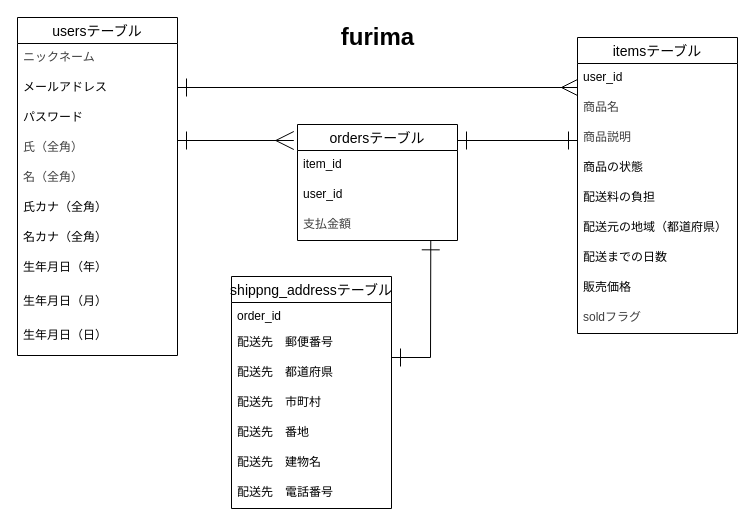
This is furima-41862.drawio from nn88hcs99/furima-41862, a draw.io file, before an edit. Source tidied: cells renumbered, new cells numbered last; positions are measured from the earlier drawing's top-left corner, leaving out a move shared by most shapes. Both pictures are drawn from the tidied source at 100%, with x=0, y=0 at pixel (17, 17).
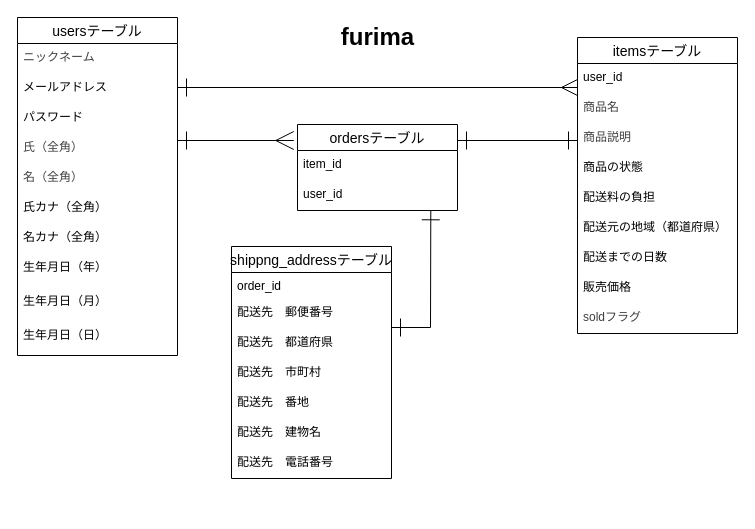
The same page after the edit.

The edit, as a diff of the source:
```diff
@@
     <mxCell id="24" value="ordersテーブル" style="swimlane;fontStyle=0;horizontal=1;startSize=26;align=center;fontSize=14;" parent="1" vertex="1">
-      <mxGeometry x="280" y="107" width="160" height="116" as="geometry" />
+      <mxGeometry x="280" y="107" width="160" height="86" as="geometry" />
     </mxCell>
@@
-    <mxCell id="27" value="&lt;span style=&quot;color: rgb(63, 63, 63); text-align: center;&quot;&gt;支払金額&lt;/span&gt;" style="text;strokeColor=none;fillColor=none;spacingLeft=4;spacingRight=4;overflow=hidden;points=[[0,0.5],[1,0.5]];portConstraint=eastwest;fontSize=12;whiteSpace=wrap;html=1;" parent="24" vertex="1">
-      <mxGeometry y="86" width="160" height="30" as="geometry" />
-    </mxCell>
@@
     <mxCell id="31" value="shippng_addressテーブル" style="swimlane;fontStyle=0;horizontal=1;startSize=26;align=center;fontSize=14;" parent="1" vertex="1">
-      <mxGeometry x="214" y="259" width="160" height="232" as="geometry" />
+      <mxGeometry x="214" y="229" width="160" height="232" as="geometry" />
     </mxCell>
@@
-    <mxCell id="39" style="endArrow=ERone;html=1;rounded=0;strokeColor=default;strokeWidth=1;align=center;verticalAlign=middle;fontFamily=Helvetica;fontSize=11;fontColor=default;labelBackgroundColor=default;edgeStyle=none;jumpSize=12;startSize=16;endSize=16;flowAnimation=0;sourcePerimeterSpacing=4;targetPerimeterSpacing=4;endFill=0;startArrow=ERone;startFill=0;entryX=0.833;entryY=1.011;entryDx=0;entryDy=0;entryPerimeter=0;curved=0;" parent="1" edge="1" target="27">
+    <mxCell id="39" style="endArrow=ERone;html=1;rounded=0;strokeColor=default;strokeWidth=1;align=center;verticalAlign=middle;fontFamily=Helvetica;fontSize=11;fontColor=default;labelBackgroundColor=default;edgeStyle=none;jumpSize=12;startSize=16;endSize=16;flowAnimation=0;sourcePerimeterSpacing=4;targetPerimeterSpacing=4;endFill=0;startArrow=ERone;startFill=0;entryX=0.833;entryY=1.011;entryDx=0;entryDy=0;entryPerimeter=0;curved=0;" parent="1" edge="1">
       <mxGeometry relative="1" as="geometry">
-        <mxPoint x="374" y="340" as="sourcePoint" />
+        <mxPoint x="374" y="310" as="sourcePoint" />
+        <mxPoint x="413.3" y="193.3" as="targetPoint" />
         <Array as="points">
-          <mxPoint x="413" y="340" />
+          <mxPoint x="413" y="310" />
         </Array>
       </mxGeometry>
     </mxCell>
```
